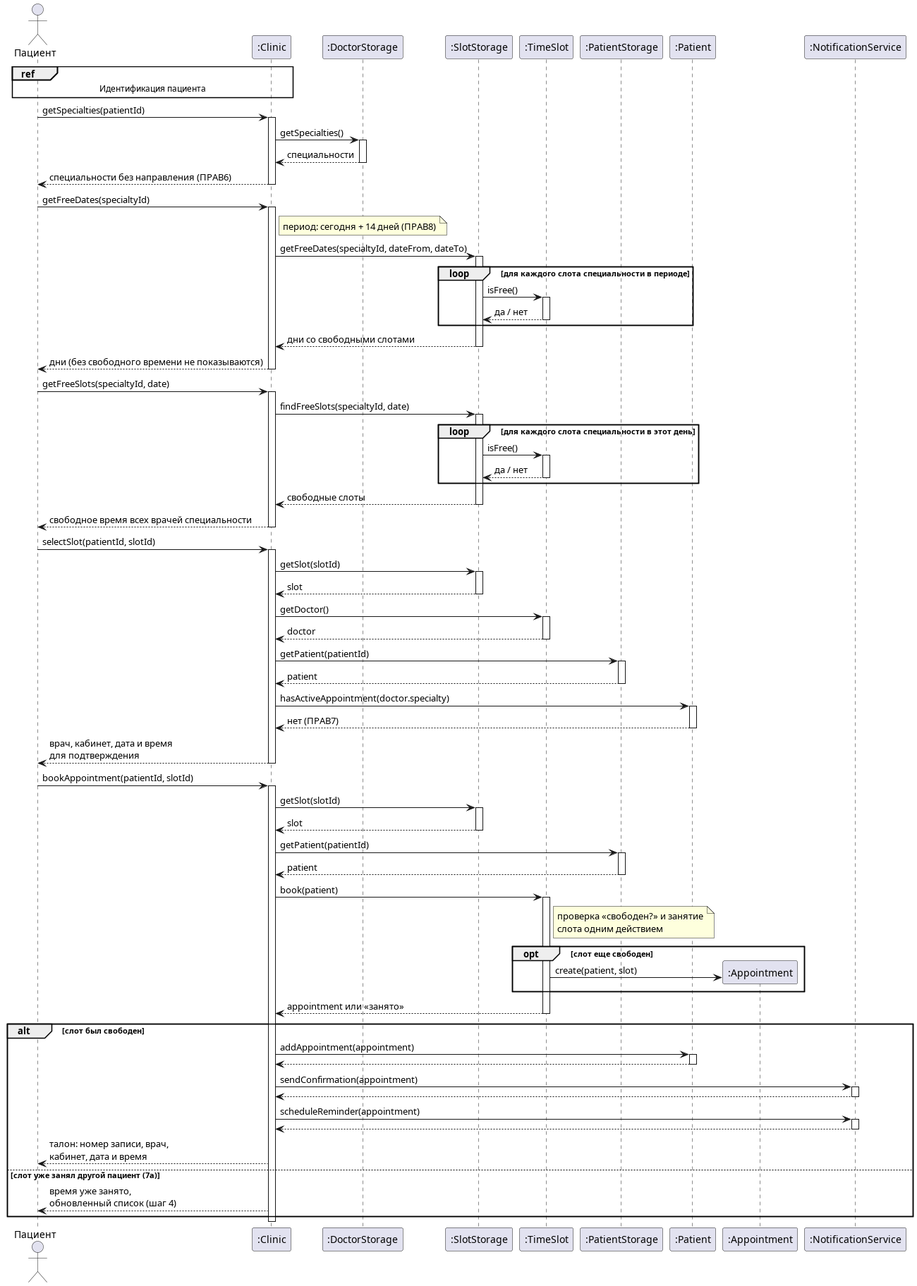
Above: img/booking-sequence.png in penamarth/bsbo-11-24_team3_var3_clinic (PlantUML), before the change.
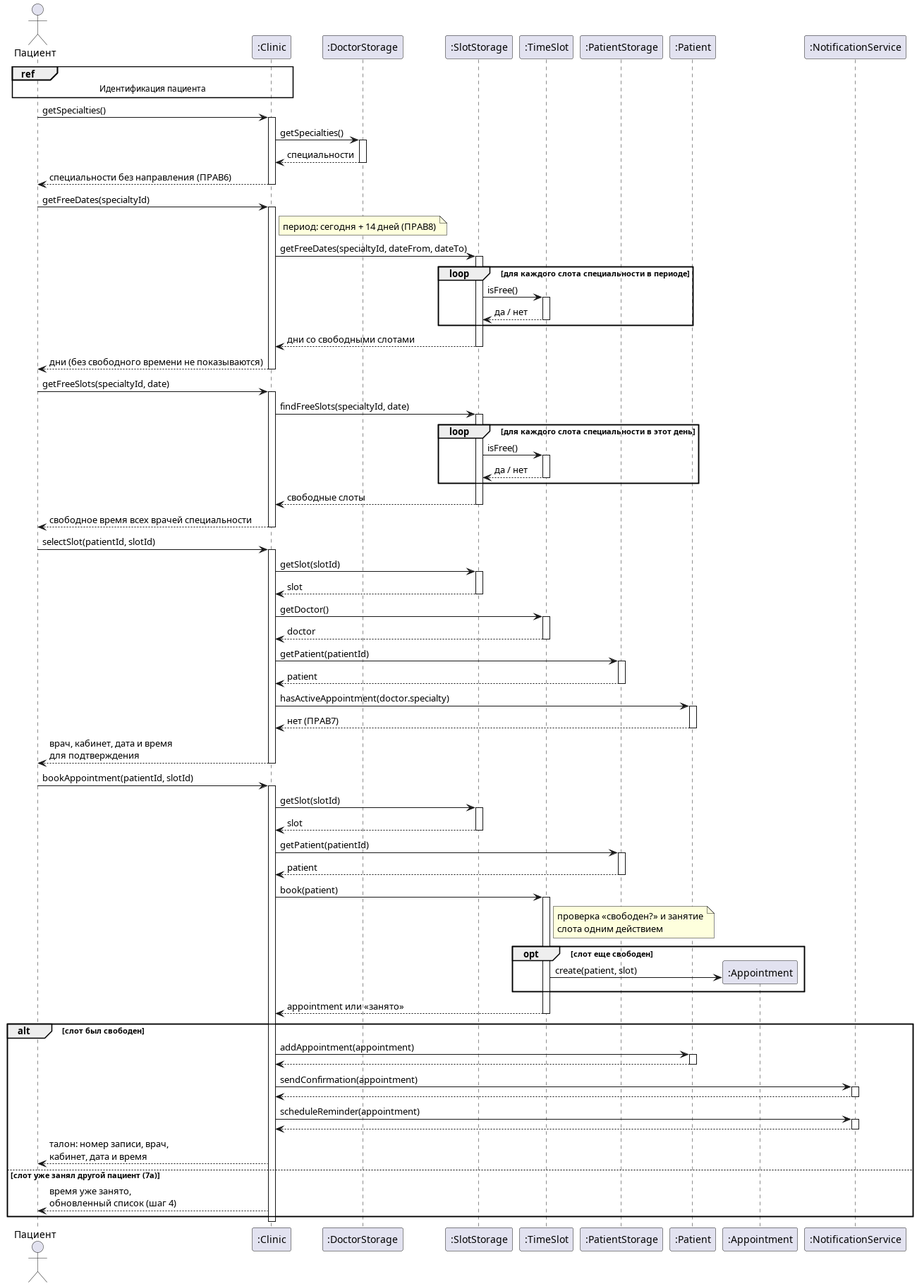
The same file after the commit.

Commit message:
getSpecialties без параметра в последовательности записи

Change to the diagram source:
```diff
@@ -11,7 +11,7 @@
 
 ref over Пациент, C : Идентификация пациента
 
-Пациент -> C ++ : getSpecialties(patientId)
+Пациент -> C ++ : getSpecialties()
 C -> DS ++ : getSpecialties()
 DS --> C -- : специальности
 C --> Пациент -- : специальности без направления (ПРАВ6)
```
